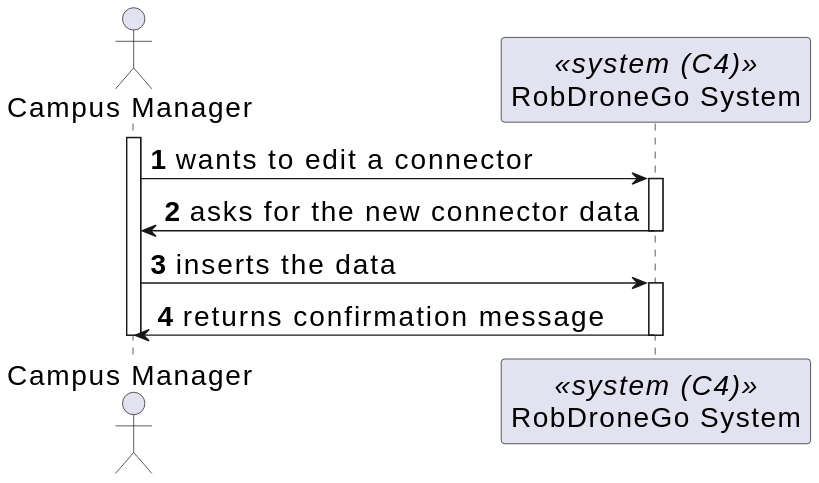
Before: _wiki/sprint-a/us11-250/views/level-1/assets/us11-level1_processes.svg, a diagram exported from PlantUML (miseEnPlace-dev/lapr5).
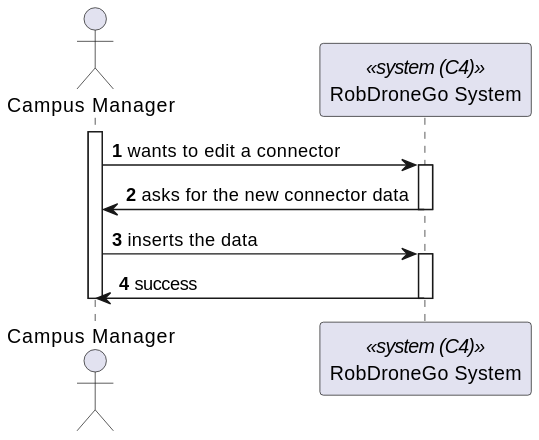
The same diagram one commit later.

The edit, as a diff of the source:
```diff
@@ -1,5 +1,4 @@
-@startuml
-skinparamlocked defaultFontSize 20
+@startuml us11-level1_processes
 autonumber
 
 actor CM as "Campus Manager"
@@ -16,8 +15,9 @@
 CM -> SYS : inserts the data
 activate SYS
 
-CM <- SYS : returns confirmation message
+CM <- SYS : success
 deactivate SYS
 
 deactivate CM
+
 @enduml
```
